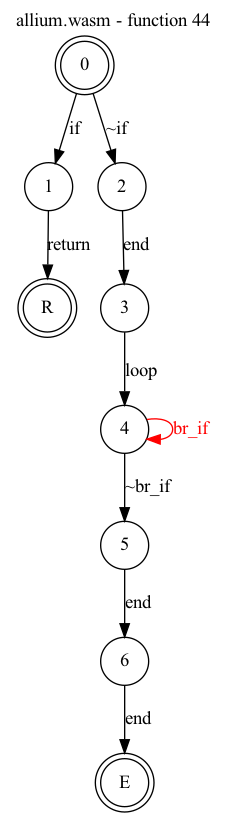
jsCarleton/wanalyze keeps this Graphviz diagram as test_cases/allium/funcs/allium-func44.png. Above is the earlier version. Its source is kept beside it as test_cases/allium/funcs/allium-func44.dot.
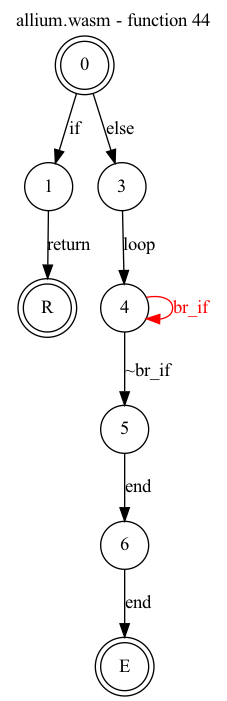
Above is the later version.

The edit, as a diff of the source:
```diff
@@ -7,9 +7,8 @@
     node [shape = doublecircle]; 0 E R ;
     node [shape = circle];
     0 -> 1[label="if"];
-    0 -> 2[label="~if"];
+    0 -> 3[label="else"];
     1 -> R[label="return"];
-    2 -> 3[label="end"];
     3 -> 4[label="loop"];
     4 -> 5[label="~br_if"];
     4 -> 4[color="red" fontcolor="red" label="br_if"];
```
